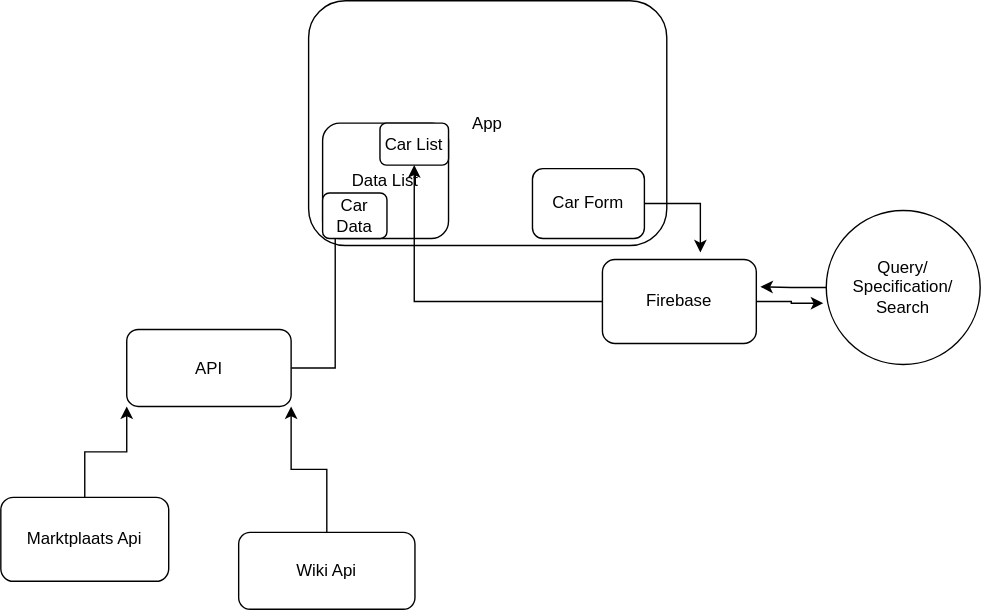
This is Car Data.drawio.svg from hsmyc/carapp, a draw.io export, as it was before one commit. Source tidied: cells renumbered, new cells last; positions are measured from the earlier drawing's top-left corner, leaving out a move shared by most shapes.
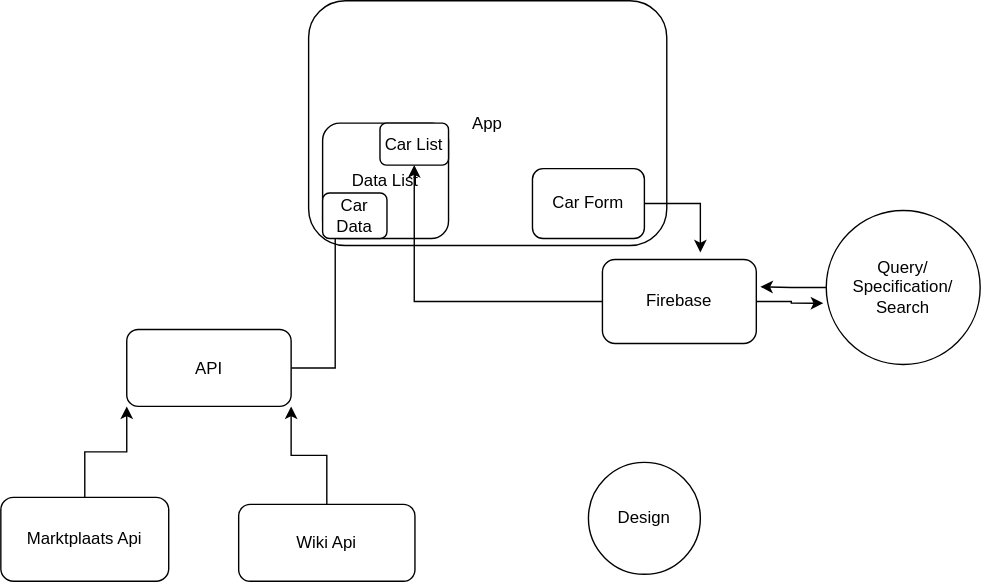
Above is the later version.

Change to the diagram source:
```diff
@@ -41,7 +41,7 @@
       <mxGeometry relative="1" as="geometry" />
     </mxCell>
     <mxCell id="14" value="Wiki Api" style="rounded=1;whiteSpace=wrap;html=1;" parent="1" vertex="1">
-      <mxGeometry x="170" y="380" width="126" height="55" as="geometry" />
+      <mxGeometry x="170" y="360" width="126" height="55" as="geometry" />
     </mxCell>
     <mxCell id="15" style="edgeStyle=orthogonalEdgeStyle;rounded=0;jettySize=auto;html=1;entryX=0.196;entryY=0.385;entryDx=0;entryDy=0;entryPerimeter=0;" parent="1" edge="1" source="16" target="18">
       <mxGeometry relative="1" as="geometry" />
@@ -55,5 +55,8 @@
     <mxCell id="18" value="Car Data" style="rounded=1;whiteSpace=wrap;html=1;" parent="1" vertex="1">
       <mxGeometry x="230" y="137.5" width="46" height="32.5" as="geometry" />
     </mxCell>
+    <mxCell id="19" value="Design" style="ellipse;whiteSpace=wrap;html=1;" parent="1" vertex="1">
+      <mxGeometry x="420" y="330" width="80" height="80" as="geometry" />
+    </mxCell>
   </root>
 </mxGraphModel>
```
